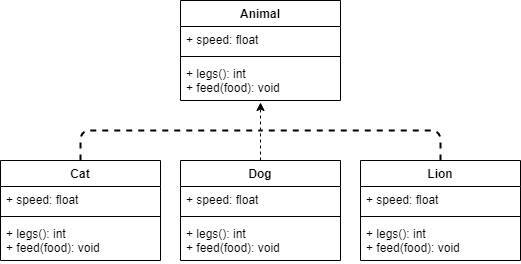
Before: 4 Design Principles/Abstraction Class Diagram.png, a diagram exported from draw.io (smitbmx/Architecture-Diagrams). Source tidied: cells renumbered, new cells last; positions are measured from the earlier drawing's top-left corner, leaving out a move shared by most shapes.
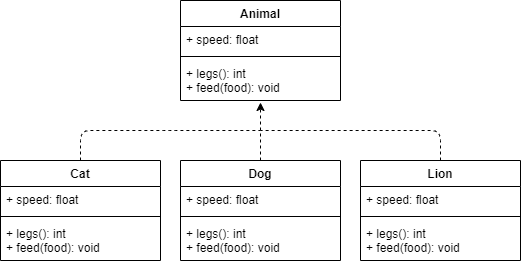
After the commit.

What changed in the source:
```diff
@@ -53,7 +53,7 @@
     <mxCell id="18" style="endArrow=classic;html=1;exitX=0.5;exitY=0;exitDx=0;exitDy=0;entryX=0.5;entryY=1.05;entryDx=0;entryDy=0;entryPerimeter=0;dashed=1;" parent="1" edge="1" source="6" target="5">
       <mxGeometry relative="1" as="geometry" />
     </mxCell>
-    <mxCell id="19" style="endArrow=none;dashed=1;html=1;strokeWidth=2;exitX=0.5;exitY=0;exitDx=0;exitDy=0;" parent="1" edge="1" source="10">
+    <mxCell id="19" style="endArrow=none;dashed=1;html=1;strokeWidth=1;exitX=0.5;exitY=0;exitDx=0;exitDy=0;" parent="1" edge="1" source="10">
       <mxGeometry relative="1" as="geometry">
         <mxPoint x="260" y="130" as="targetPoint" />
         <Array as="points">
@@ -62,7 +62,7 @@
         </Array>
       </mxGeometry>
     </mxCell>
-    <mxCell id="20" style="endArrow=none;dashed=1;html=1;strokeWidth=2;exitX=0.5;exitY=0;exitDx=0;exitDy=0;" parent="1" edge="1" source="14">
+    <mxCell id="20" style="endArrow=none;dashed=1;html=1;strokeWidth=1;exitX=0.5;exitY=0;exitDx=0;exitDy=0;" parent="1" edge="1" source="14">
       <mxGeometry relative="1" as="geometry">
         <mxPoint x="260" y="130" as="targetPoint" />
         <Array as="points">
```
